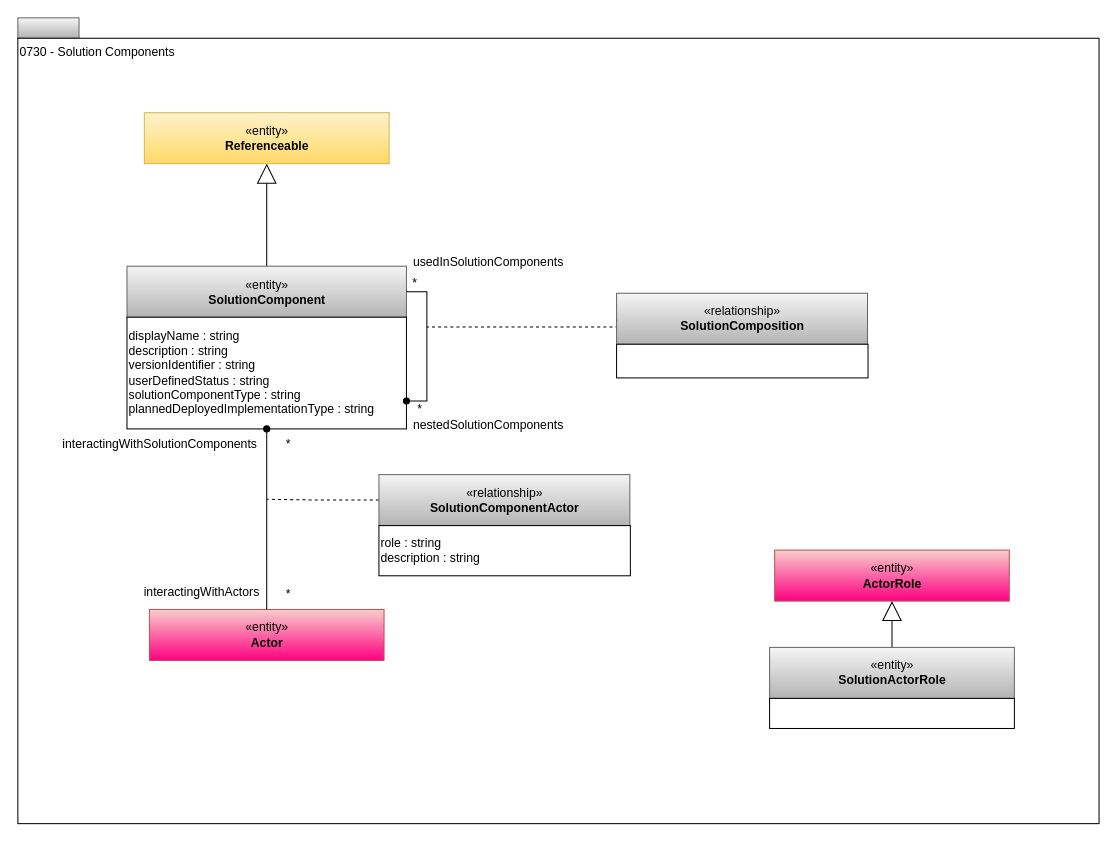
odpi/egeria-docs keeps this draw.io diagram as page "0730-Solution-Components" (7 of 17) of site/docs/types/7/area-7-lineage.drawio. Above is the earlier version. Source tidied: cells renumbered, new cells numbered last; positions are measured from the earlier drawing's top-left corner, leaving out a move shared by most shapes. Both pictures are drawn from the tidied source at 102%, with x=0, y=0 at pixel (17, 17).
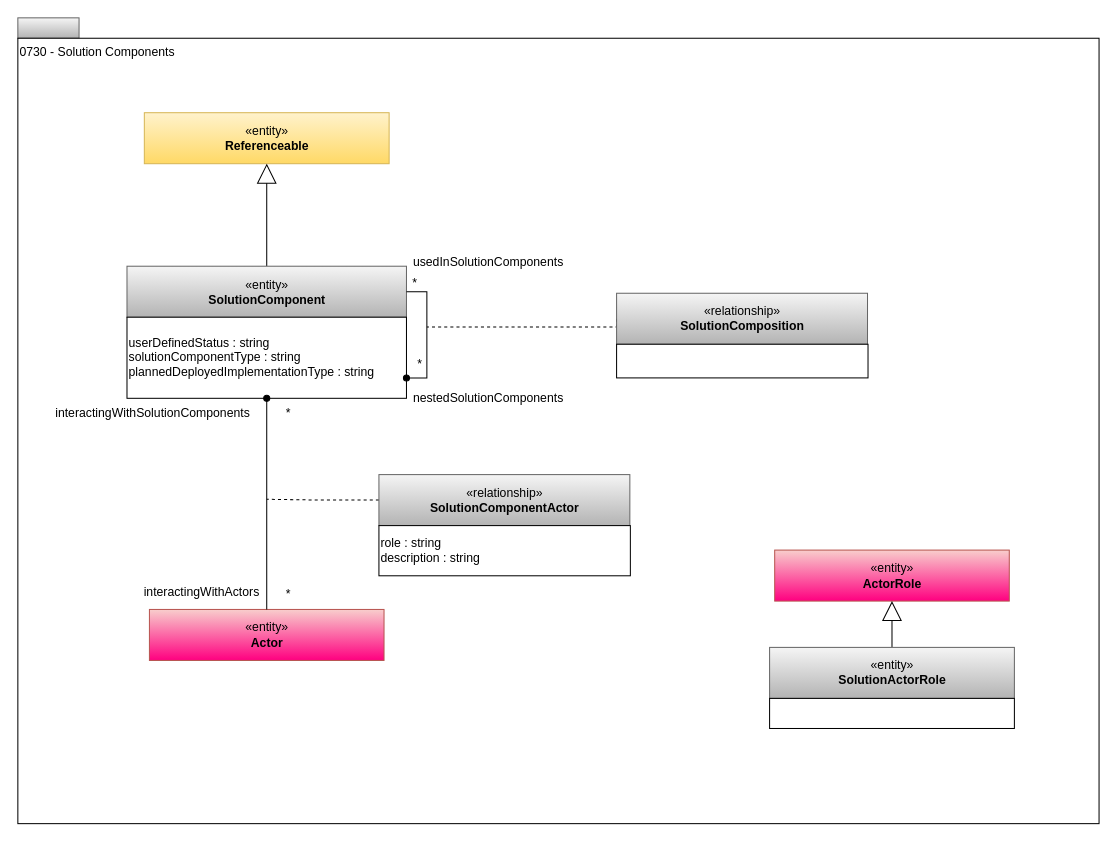
The same page after the edit.

Change to the diagram source:
```diff
@@
-    <mxCell id="10" value="displayName : string&lt;br&gt;description : string&lt;br&gt;versionIdentifier : string&lt;div&gt;userDefinedStatus : string&lt;br&gt;&lt;div style=&quot;text-align: left&quot;&gt;&lt;/div&gt;&lt;div&gt;solutionComponentType : string&lt;/div&gt;&lt;div&gt;plannedDeployedImplementationType : string&lt;/div&gt;&lt;/div&gt;" style="rounded=0;whiteSpace=wrap;html=1;strokeColor=#000000;gradientColor=#ffffff;align=left;" parent="1" vertex="1">
-      <mxGeometry x="107" y="293.5" width="274" height="109.5" as="geometry" />
+    <mxCell id="10" value="&lt;div&gt;userDefinedStatus : string&lt;br&gt;&lt;div style=&quot;text-align: left&quot;&gt;&lt;/div&gt;&lt;div&gt;solutionComponentType : string&lt;/div&gt;&lt;div&gt;plannedDeployedImplementationType : string&lt;/div&gt;&lt;/div&gt;" style="rounded=0;whiteSpace=wrap;html=1;strokeColor=#000000;gradientColor=#ffffff;align=left;" parent="1" vertex="1">
+      <mxGeometry x="107" y="293.5" width="274" height="79.5" as="geometry" />
     </mxCell>
@@
     <mxCell id="13" value="*" style="text;html=1;align=center;verticalAlign=top;spacingTop=-4;" parent="1" vertex="1">
-      <mxGeometry x="386" y="374" width="15" height="14" as="geometry" />
+      <mxGeometry x="386" y="329.5" width="15" height="14" as="geometry" />
     </mxCell>
     <mxCell id="14" value="nestedSolutionComponents" style="text;html=1;align=center;verticalAlign=top;spacingTop=-4;" parent="1" vertex="1">
-      <mxGeometry x="381" y="390" width="160" height="20" as="geometry" />
+      <mxGeometry x="381" y="363" width="160" height="20" as="geometry" />
     </mxCell>
@@
     <mxCell id="20" value="interactingWithSolutionComponents" style="text;html=1;align=center;verticalAlign=middle;strokeColor=none;fillColor=none;" parent="1" vertex="1">
-      <mxGeometry x="34" y="403" width="210" height="30" as="geometry" />
+      <mxGeometry x="27" y="373" width="210" height="30" as="geometry" />
     </mxCell>
@@
     <mxCell id="23" value="*" style="text;html=1;align=center;verticalAlign=middle;strokeColor=none;fillColor=none;" parent="1" vertex="1">
-      <mxGeometry x="250" y="403" width="30" height="30" as="geometry" />
+      <mxGeometry x="250" y="373" width="30" height="30" as="geometry" />
     </mxCell>
```
